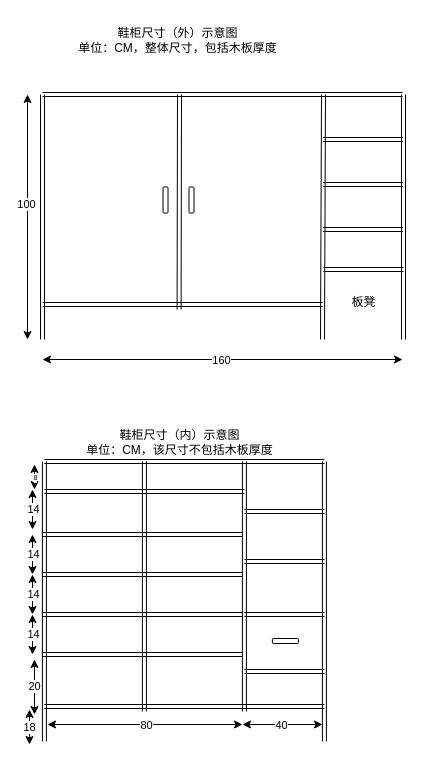
Before: 鞋柜.drawio in huaxiaojilzg/workflow_draw, a draw.io diagram. Source tidied: cells renumbered, new cells numbered last; positions are measured from the earlier drawing's top-left corner, leaving out a move shared by most shapes. Both pictures are drawn from the tidied source at 100%, with x=0, y=0 at pixel (27, 17).
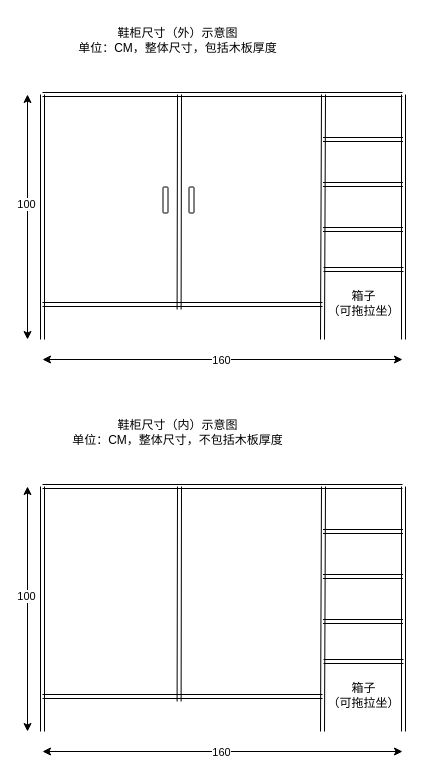
The same diagram, later.

What changed in the source:
```diff
@@
-    <mxCell id="17" style="endArrow=classic;startArrow=classic;html=1;rounded=0;" parent="1" edge="1">
-      <mxGeometry relative="1" as="geometry">
-        <mxPoint x="5" y="597" as="sourcePoint" />
-        <mxPoint x="5" y="557" as="targetPoint" />
-      </mxGeometry>
-    </mxCell>
-    <mxCell id="18" value="14" style="edgeLabel;html=1;align=center;verticalAlign=middle;" parent="17" vertex="1">
-      <mxGeometry x="0.06" relative="1" as="geometry" />
-    </mxCell>
-    <mxCell id="19" value="鞋柜尺寸（内）示意图&lt;br&gt;单位：CM，该尺寸不包括木板厚度" style="text;html=1;align=center;verticalAlign=middle;strokeColor=none;fillColor=none;" parent="1" vertex="1">
-      <mxGeometry x="46.9" y="402" width="210" height="45" as="geometry" />
-    </mxCell>
-    <mxCell id="20" style="shape=link;html=1;rounded=0;" parent="1" edge="1">
-      <mxGeometry relative="1" as="geometry">
-        <mxPoint x="16.9" y="724" as="sourcePoint" />
-        <mxPoint x="16.9" y="444" as="targetPoint" />
-      </mxGeometry>
-    </mxCell>
-    <mxCell id="21" style="shape=link;html=1;rounded=0;" parent="1" edge="1">
-      <mxGeometry relative="1" as="geometry">
-        <mxPoint x="296.9" y="724" as="sourcePoint" />
-        <mxPoint x="296.9" y="444" as="targetPoint" />
-      </mxGeometry>
-    </mxCell>
-    <mxCell id="22" style="shape=link;html=1;rounded=0;" parent="1" edge="1">
-      <mxGeometry relative="1" as="geometry">
-        <mxPoint x="296.9" y="444" as="sourcePoint" />
-        <mxPoint x="16.9" y="444" as="targetPoint" />
-      </mxGeometry>
-    </mxCell>
-    <mxCell id="23" style="shape=link;html=1;rounded=0;" parent="1" edge="1">
-      <mxGeometry relative="1" as="geometry">
-        <mxPoint x="296.9" y="689" as="sourcePoint" />
-        <mxPoint x="16.9" y="689" as="targetPoint" />
-      </mxGeometry>
-    </mxCell>
-    <mxCell id="24" style="shape=link;html=1;rounded=0;" parent="1" edge="1">
-      <mxGeometry relative="1" as="geometry">
-        <mxPoint x="216.9" y="694" as="sourcePoint" />
-        <mxPoint x="216.9" y="444" as="targetPoint" />
-      </mxGeometry>
-    </mxCell>
-    <mxCell id="25" style="shape=link;html=1;rounded=0;" parent="1" edge="1">
-      <mxGeometry relative="1" as="geometry">
-        <mxPoint x="116.9" y="694" as="sourcePoint" />
-        <mxPoint x="116.9" y="444" as="targetPoint" />
-      </mxGeometry>
-    </mxCell>
-    <mxCell id="26" style="shape=link;html=1;rounded=0;" parent="1" edge="1">
-      <mxGeometry relative="1" as="geometry">
-        <mxPoint x="296.9" y="494" as="sourcePoint" />
-        <mxPoint x="216.9" y="494" as="targetPoint" />
-      </mxGeometry>
-    </mxCell>
-    <mxCell id="27" style="shape=link;html=1;rounded=0;" parent="1" edge="1">
-      <mxGeometry relative="1" as="geometry">
-        <mxPoint x="296.9" y="544" as="sourcePoint" />
-        <mxPoint x="216.9" y="544" as="targetPoint" />
-      </mxGeometry>
-    </mxCell>
-    <mxCell id="28" style="shape=link;html=1;rounded=0;" parent="1" edge="1">
-      <mxGeometry relative="1" as="geometry">
-        <mxPoint x="296.9" y="654" as="sourcePoint" />
-        <mxPoint x="216.9" y="654" as="targetPoint" />
-      </mxGeometry>
-    </mxCell>
-    <mxCell id="29" style="shape=link;html=1;rounded=0;" parent="1" edge="1">
-      <mxGeometry relative="1" as="geometry">
-        <mxPoint x="296.9" y="597" as="sourcePoint" />
-        <mxPoint x="216.9" y="597" as="targetPoint" />
-      </mxGeometry>
-    </mxCell>
-    <mxCell id="30" style="rounded=1;whiteSpace=wrap;html=1;" parent="1" vertex="1">
-      <mxGeometry x="244.9" y="621" width="26" height="5" as="geometry" />
-    </mxCell>
-    <mxCell id="31" style="shape=link;html=1;rounded=0;" parent="1" edge="1">
-      <mxGeometry relative="1" as="geometry">
-        <mxPoint x="215" y="637" as="sourcePoint" />
-        <mxPoint x="15" y="637" as="targetPoint" />
-      </mxGeometry>
-    </mxCell>
-    <mxCell id="32" style="endArrow=classic;startArrow=classic;html=1;rounded=0;" parent="1" edge="1">
-      <mxGeometry relative="1" as="geometry">
-        <mxPoint x="2" y="727" as="sourcePoint" />
-        <mxPoint x="2" y="692" as="targetPoint" />
-      </mxGeometry>
-    </mxCell>
-    <mxCell id="33" value="18" style="edgeLabel;html=1;align=center;verticalAlign=middle;" parent="32" vertex="1">
-      <mxGeometry x="0.01" relative="1" as="geometry">
-        <mxPoint x="-1" as="offset" />
-      </mxGeometry>
-    </mxCell>
-    <mxCell id="34" style="shape=link;html=1;rounded=0;" parent="1" edge="1">
-      <mxGeometry relative="1" as="geometry">
-        <mxPoint x="217" y="474" as="sourcePoint" />
-        <mxPoint x="17" y="474" as="targetPoint" />
-      </mxGeometry>
-    </mxCell>
-    <mxCell id="35" style="endArrow=classic;startArrow=classic;html=1;rounded=0;" parent="1" edge="1">
-      <mxGeometry relative="1" as="geometry">
-        <mxPoint x="7" y="472" as="sourcePoint" />
-        <mxPoint x="7" y="447" as="targetPoint" />
-      </mxGeometry>
-    </mxCell>
-    <mxCell id="36" value="8" style="edgeLabel;html=1;align=center;verticalAlign=middle;fontSize=7;" parent="35" vertex="1">
-      <mxGeometry x="0.04" relative="1" as="geometry">
-        <mxPoint y="1" as="offset" />
-      </mxGeometry>
-    </mxCell>
-    <mxCell id="37" style="shape=link;html=1;rounded=0;" parent="1" edge="1">
-      <mxGeometry relative="1" as="geometry">
-        <mxPoint x="215" y="597" as="sourcePoint" />
-        <mxPoint x="15" y="597" as="targetPoint" />
-      </mxGeometry>
-    </mxCell>
-    <mxCell id="38" style="shape=link;html=1;rounded=0;" parent="1" edge="1">
-      <mxGeometry relative="1" as="geometry">
-        <mxPoint x="215" y="557" as="sourcePoint" />
-        <mxPoint x="15" y="557" as="targetPoint" />
-      </mxGeometry>
-    </mxCell>
-    <mxCell id="39" style="endArrow=classic;startArrow=classic;html=1;rounded=0;" parent="1" edge="1">
-      <mxGeometry relative="1" as="geometry">
-        <mxPoint x="7" y="697" as="sourcePoint" />
-        <mxPoint x="7" y="642" as="targetPoint" />
-      </mxGeometry>
-    </mxCell>
-    <mxCell id="40" value="20" style="edgeLabel;html=1;align=center;verticalAlign=middle;" parent="39" vertex="1">
-      <mxGeometry x="0.07" y="1" relative="1" as="geometry" />
-    </mxCell>
-    <mxCell id="41" style="endArrow=classic;startArrow=classic;html=1;rounded=0;" parent="1" edge="1">
-      <mxGeometry relative="1" as="geometry">
-        <mxPoint x="5" y="637" as="sourcePoint" />
-        <mxPoint x="5" y="597" as="targetPoint" />
-      </mxGeometry>
-    </mxCell>
-    <mxCell id="42" value="14" style="edgeLabel;html=1;align=center;verticalAlign=middle;" parent="41" vertex="1">
-      <mxGeometry x="0.06" relative="1" as="geometry" />
-    </mxCell>
-    <mxCell id="43" style="shape=link;html=1;rounded=0;" parent="1" edge="1">
-      <mxGeometry relative="1" as="geometry">
-        <mxPoint x="215" y="517" as="sourcePoint" />
-        <mxPoint x="15" y="517" as="targetPoint" />
-      </mxGeometry>
-    </mxCell>
-    <mxCell id="44" style="endArrow=classic;startArrow=classic;html=1;rounded=0;" parent="1" edge="1">
-      <mxGeometry relative="1" as="geometry">
-        <mxPoint x="5" y="557" as="sourcePoint" />
-        <mxPoint x="5" y="517" as="targetPoint" />
-      </mxGeometry>
-    </mxCell>
-    <mxCell id="45" value="14" style="edgeLabel;html=1;align=center;verticalAlign=middle;" parent="44" vertex="1">
-      <mxGeometry x="0.06" relative="1" as="geometry" />
-    </mxCell>
-    <mxCell id="46" style="endArrow=classic;startArrow=classic;html=1;rounded=0;" parent="1" edge="1">
-      <mxGeometry relative="1" as="geometry">
-        <mxPoint x="215" y="707" as="sourcePoint" />
-        <mxPoint x="295" y="707" as="targetPoint" />
-      </mxGeometry>
-    </mxCell>
-    <mxCell id="47" value="40" style="edgeLabel;html=1;align=center;verticalAlign=middle;" parent="46" vertex="1">
-      <mxGeometry x="-0.05" relative="1" as="geometry" />
-    </mxCell>
-    <mxCell id="48" style="endArrow=classic;startArrow=classic;html=1;rounded=0;fontStyle=1;" parent="1" edge="1">
-      <mxGeometry relative="1" as="geometry">
-        <mxPoint x="20" y="707" as="sourcePoint" />
-        <mxPoint x="215" y="707" as="targetPoint" />
-      </mxGeometry>
-    </mxCell>
-    <mxCell id="49" value="80" style="edgeLabel;html=1;align=center;verticalAlign=middle;" parent="48" vertex="1">
-      <mxGeometry relative="1" as="geometry" />
-    </mxCell>
-    <mxCell id="50" style="endArrow=classic;startArrow=classic;html=1;rounded=0;" parent="1" edge="1">
-      <mxGeometry relative="1" as="geometry">
-        <mxPoint x="5" y="512" as="sourcePoint" />
-        <mxPoint x="5" y="472" as="targetPoint" />
-      </mxGeometry>
-    </mxCell>
-    <mxCell id="51" value="14" style="edgeLabel;html=1;align=center;verticalAlign=middle;" parent="50" vertex="1">
-      <mxGeometry x="0.07" relative="1" as="geometry" />
-    </mxCell>
@@
-    <mxCell id="54" value="板凳" style="text;html=1;align=center;verticalAlign=middle;strokeColor=none;fillColor=none;" parent="1" vertex="1">
-      <mxGeometry x="313" y="270" width="45" height="30" as="geometry" />
+    <mxCell id="54" value="箱子&lt;br&gt;（可拖拉坐）" style="text;html=1;align=center;verticalAlign=middle;strokeColor=none;fillColor=none;" parent="1" vertex="1">
+      <mxGeometry x="288" y="263" width="95" height="45" as="geometry" />
     </mxCell>
+    <mxCell id="55" style="endArrow=classic;startArrow=classic;html=1;rounded=0;" parent="1" edge="1">
+      <mxGeometry relative="1" as="geometry">
+        <mxPoint y="714" as="sourcePoint" />
+        <mxPoint y="469" as="targetPoint" />
+      </mxGeometry>
+    </mxCell>
+    <mxCell id="56" value="100" style="edgeLabel;html=1;align=center;verticalAlign=middle;" parent="55" vertex="1">
+      <mxGeometry x="0.11" y="2" relative="1" as="geometry" />
+    </mxCell>
+    <mxCell id="57" value="鞋柜尺寸（内）示意图&lt;br&gt;单位：CM，整体尺寸，不包括木板厚度" style="text;html=1;align=center;verticalAlign=middle;strokeColor=none;fillColor=none;" parent="1" vertex="1">
+      <mxGeometry x="35" y="392" width="230" height="45" as="geometry" />
+    </mxCell>
+    <mxCell id="58" style="shape=link;html=1;rounded=0;" parent="1" edge="1">
+      <mxGeometry relative="1" as="geometry">
+        <mxPoint x="15" y="714" as="sourcePoint" />
+        <mxPoint x="15" y="469" as="targetPoint" />
+      </mxGeometry>
+    </mxCell>
+    <mxCell id="59" style="shape=link;html=1;rounded=0;" parent="1" edge="1">
+      <mxGeometry relative="1" as="geometry">
+        <mxPoint x="376" y="714" as="sourcePoint" />
+        <mxPoint x="376" y="469" as="targetPoint" />
+      </mxGeometry>
+    </mxCell>
+    <mxCell id="60" style="shape=link;html=1;rounded=0;" parent="1" edge="1">
+      <mxGeometry relative="1" as="geometry">
+        <mxPoint x="375" y="469" as="sourcePoint" />
+        <mxPoint x="15" y="469" as="targetPoint" />
+      </mxGeometry>
+    </mxCell>
+    <mxCell id="61" style="shape=link;html=1;rounded=0;" parent="1" edge="1">
+      <mxGeometry relative="1" as="geometry">
+        <mxPoint x="295" y="679" as="sourcePoint" />
+        <mxPoint x="15" y="679" as="targetPoint" />
+      </mxGeometry>
+    </mxCell>
+    <mxCell id="62" style="endArrow=classic;startArrow=classic;html=1;rounded=0;" parent="1" edge="1">
+      <mxGeometry relative="1" as="geometry">
+        <mxPoint x="15" y="734" as="sourcePoint" />
+        <mxPoint x="375" y="734" as="targetPoint" />
+      </mxGeometry>
+    </mxCell>
+    <mxCell id="63" value="160" style="edgeLabel;html=1;align=center;verticalAlign=middle;" parent="62" vertex="1">
+      <mxGeometry x="-0.01" relative="1" as="geometry" />
+    </mxCell>
+    <mxCell id="64" style="shape=link;html=1;rounded=0;" parent="1" edge="1">
+      <mxGeometry relative="1" as="geometry">
+        <mxPoint x="295" y="714" as="sourcePoint" />
+        <mxPoint x="296" y="469" as="targetPoint" />
+      </mxGeometry>
+    </mxCell>
+    <mxCell id="65" style="shape=link;html=1;rounded=0;" parent="1" edge="1">
+      <mxGeometry relative="1" as="geometry">
+        <mxPoint x="151.6" y="684" as="sourcePoint" />
+        <mxPoint x="152" y="469" as="targetPoint" />
+      </mxGeometry>
+    </mxCell>
+    <mxCell id="66" style="shape=link;html=1;rounded=0;" parent="1" edge="1">
+      <mxGeometry relative="1" as="geometry">
+        <mxPoint x="375.5" y="514" as="sourcePoint" />
+        <mxPoint x="295.5" y="514" as="targetPoint" />
+      </mxGeometry>
+    </mxCell>
+    <mxCell id="67" style="shape=link;html=1;rounded=0;" parent="1" edge="1">
+      <mxGeometry relative="1" as="geometry">
+        <mxPoint x="375.5" y="559" as="sourcePoint" />
+        <mxPoint x="295.5" y="559" as="targetPoint" />
+      </mxGeometry>
+    </mxCell>
+    <mxCell id="68" style="shape=link;html=1;rounded=0;" parent="1" edge="1">
+      <mxGeometry relative="1" as="geometry">
+        <mxPoint x="376" y="644" as="sourcePoint" />
+        <mxPoint x="296" y="644" as="targetPoint" />
+      </mxGeometry>
+    </mxCell>
+    <mxCell id="69" style="shape=link;html=1;rounded=0;" parent="1" edge="1">
+      <mxGeometry relative="1" as="geometry">
+        <mxPoint x="375.5" y="604" as="sourcePoint" />
+        <mxPoint x="295.5" y="604" as="targetPoint" />
+      </mxGeometry>
+    </mxCell>
+    <mxCell id="70" value="箱子&lt;br&gt;（可拖拉坐）" style="text;html=1;align=center;verticalAlign=middle;strokeColor=none;fillColor=none;" parent="1" vertex="1">
+      <mxGeometry x="288" y="655" width="95" height="45" as="geometry" />
+    </mxCell>
```
